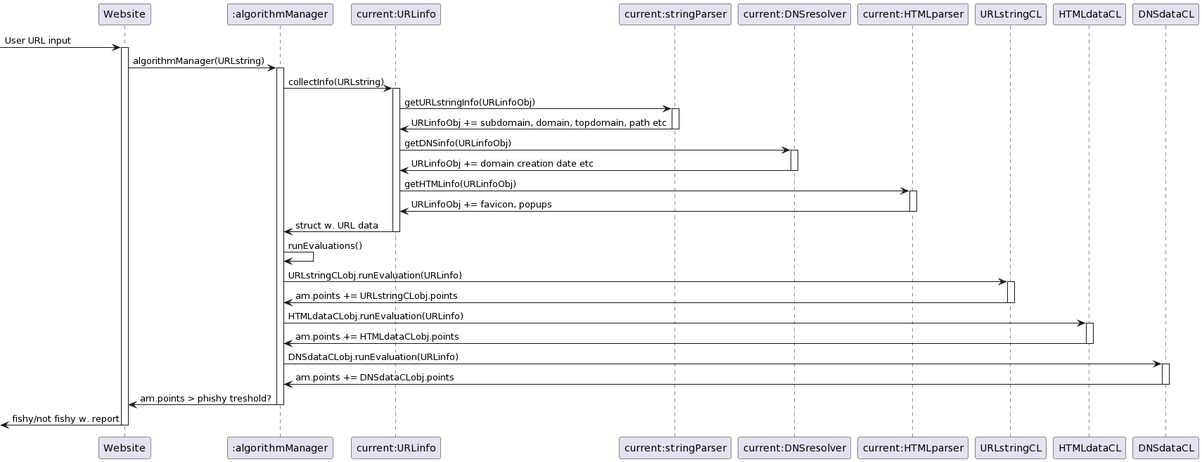
Before: sequence_diagram.png, a diagram exported from PlantUML (Purcs3d/phishing-softhouse).
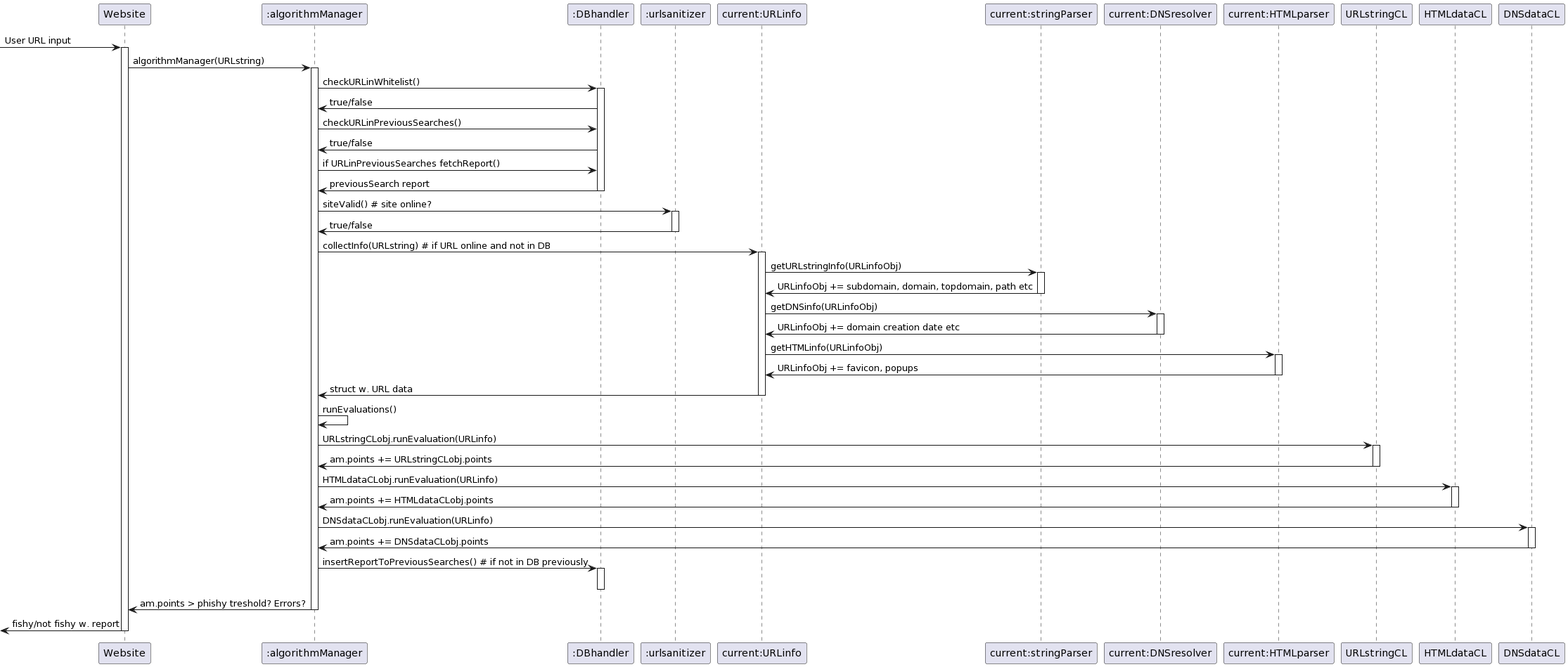
The same file after the commit.

Commit message:
updated UML diagrams

Diff of the diagram source:
```diff
@@ -1,6 +1,8 @@
 @startuml
 participant "Website" as ws
 participant ":algorithmManager" as am
+participant ":DBhandler" as db
+participant ":urlsanitizer" as us
 participant "current:URLinfo" as inf
 participant "current:stringParser" as par
 participant "current:DNSresolver" as dns
@@ -14,7 +16,19 @@
 activate ws
 ws -> am : algorithmManager(URLstring)
 activate am
-am -> inf : collectInfo(URLstring)
+am -> db : checkURLinWhitelist()
+activate db
+db -> am : true/false
+am -> db : checkURLinPreviousSearches()
+db -> am : true/false
+am -> db : if URLinPreviousSearches fetchReport()
+db -> am : previousSearch report
+deactivate db
+am -> us : siteValid() # site online?
+activate us
+us -> am : true/false
+deactivate us
+am -> inf : collectInfo(URLstring) # if URL online and not in DB
 activate inf
 inf -> par : getURLstringInfo(URLinfoObj)
 activate par
@@ -45,8 +59,10 @@
 activate dnscl
 dnscl -> am : am.points += DNSdataCLobj.points
 deactivate dnscl
-
- ws <- am : am.points > phishy treshold?
+am -> db : insertReportToPreviousSearches() # if not in DB previously
+activate db
+deactivate db
+ ws <- am : am.points > phishy treshold? Errors?
 deactivate am
 <- ws :fishy/not fishy w. report
 deactivate ws
```
